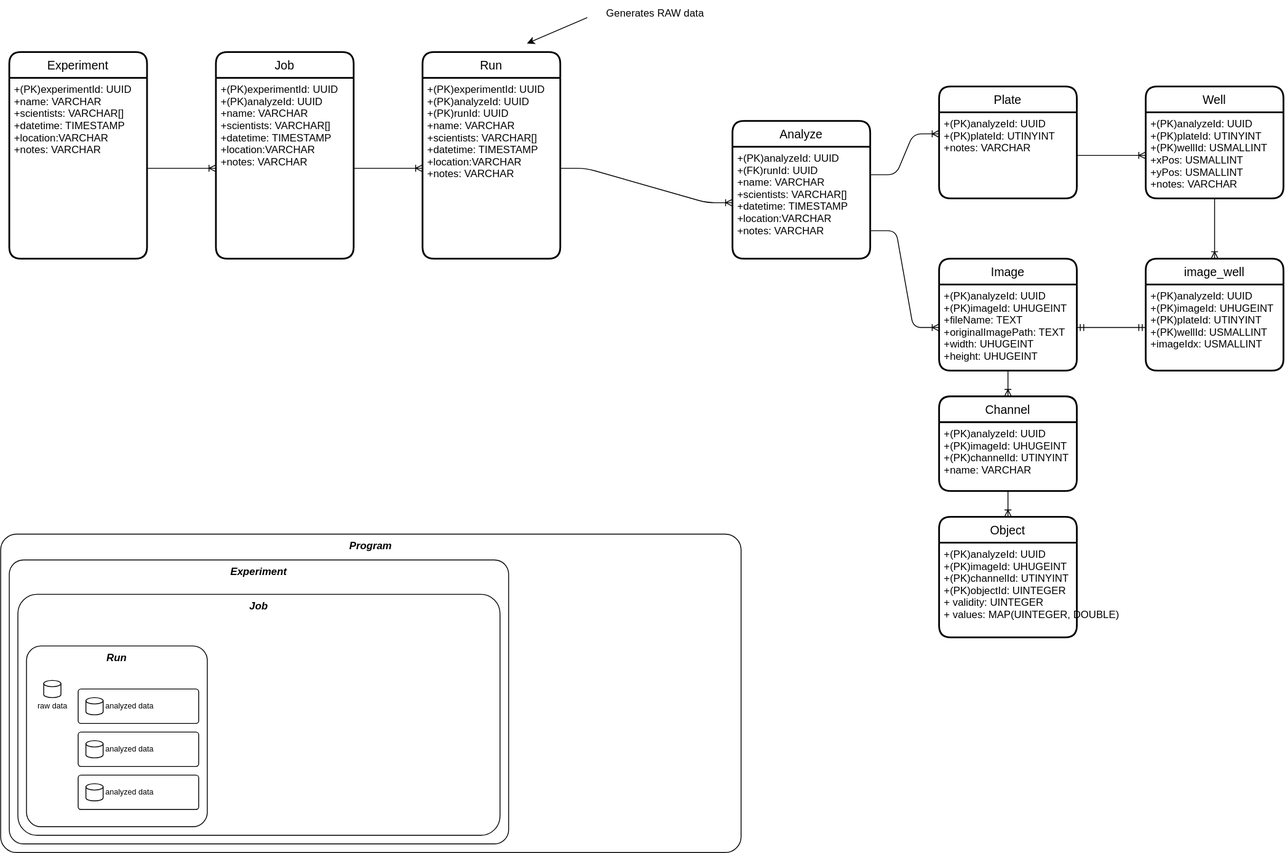
Earlier version of the draw.io export doc/database.drawio.svg (joda01/imagec). Source tidied: cells renumbered, new cells last; positions are measured from the earlier drawing's top-left corner, leaving out a move shared by most shapes.
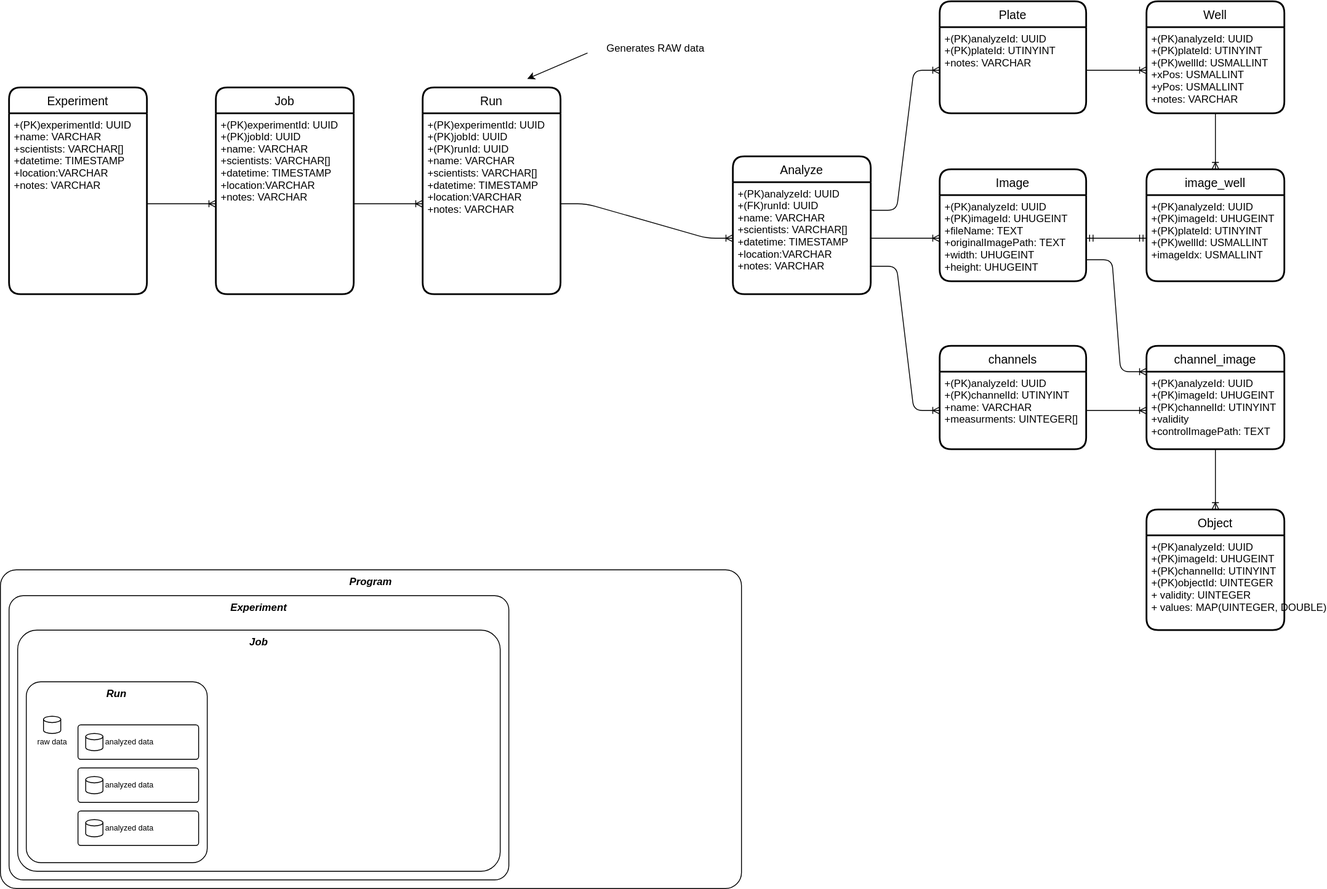
The same diagram one commit later.

Diff of the diagram source:
```diff
@@ -9,41 +9,29 @@
       <mxGeometry y="30" width="160" height="210" as="geometry" />
     </mxCell>
     <mxCell id="4" value="Plate" style="swimlane;horizontal=1;startSize=30;rounded=1;fontSize=14;fontStyle=0;strokeWidth=2;shadow=0;dashed=0;align=center;" parent="1" vertex="1">
-      <mxGeometry x="1090" y="100" width="160" height="130" as="geometry" />
+      <mxGeometry x="1090" y="-40" width="170" height="130" as="geometry" />
     </mxCell>
     <mxCell id="5" value="+(PK)analyzeId: UUID&#10;+(PK)plateId: UTINYINT&#10;+notes: VARCHAR" style="align=left;strokeColor=none;fillColor=none;spacingLeft=4;fontSize=12;verticalAlign=top;" parent="4" vertex="1">
-      <mxGeometry y="30" width="160" height="100" as="geometry" />
+      <mxGeometry y="30" width="170" height="100" as="geometry" />
     </mxCell>
     <mxCell id="6" value="Image" style="swimlane;horizontal=1;startSize=30;rounded=1;fontSize=14;fontStyle=0;strokeWidth=2;shadow=0;dashed=0;align=center;" parent="1" vertex="1">
-      <mxGeometry x="1090" y="300" width="160" height="130" as="geometry" />
+      <mxGeometry x="1090" y="155" width="170" height="130" as="geometry" />
     </mxCell>
     <mxCell id="7" value="+(PK)analyzeId: UUID&#10;+(PK)imageId: UHUGEINT&#10;+fileName: TEXT&#10;+originalImagePath: TEXT&#10;+width: UHUGEINT&#10;+height: UHUGEINT" style="align=left;strokeColor=none;fillColor=none;spacingLeft=4;fontSize=12;verticalAlign=top;" parent="6" vertex="1">
-      <mxGeometry y="30" width="160" height="100" as="geometry" />
+      <mxGeometry y="30" width="170" height="100" as="geometry" />
     </mxCell>
     <mxCell id="8" value="Object" style="swimlane;horizontal=1;startSize=30;rounded=1;fontSize=14;fontStyle=0;strokeWidth=2;shadow=0;dashed=0;align=center;" parent="1" vertex="1">
-      <mxGeometry x="1090" y="600" width="160" height="140" as="geometry" />
+      <mxGeometry x="1330" y="550" width="160" height="140" as="geometry" />
     </mxCell>
     <mxCell id="9" value="+(PK)analyzeId: UUID&#10;+(PK)imageId: UHUGEINT&#10;+(PK)channelId: UTINYINT&#10;+(PK)objectId: UINTEGER&#10;+ validity: UINTEGER&#10;+ values: MAP(UINTEGER, DOUBLE)" style="align=left;strokeColor=none;fillColor=none;spacingLeft=4;fontSize=12;verticalAlign=top;" parent="8" vertex="1">
       <mxGeometry y="30" width="160" height="110" as="geometry" />
     </mxCell>
     <mxCell id="10" value="Well" style="swimlane;horizontal=1;startSize=30;rounded=1;fontSize=14;fontStyle=0;strokeWidth=2;shadow=0;dashed=0;align=center;" parent="1" vertex="1">
-      <mxGeometry x="1330" y="100" width="160" height="130" as="geometry" />
+      <mxGeometry x="1330" y="-40" width="160" height="130" as="geometry" />
     </mxCell>
     <mxCell id="11" value="+(PK)analyzeId: UUID&#10;+(PK)plateId: UTINYINT&#10;+(PK)wellId: USMALLINT&#10;+xPos: USMALLINT&#10;+yPos: USMALLINT&#10;+notes: VARCHAR" style="align=left;strokeColor=none;fillColor=none;spacingLeft=4;fontSize=12;verticalAlign=top;" parent="10" vertex="1">
       <mxGeometry y="30" width="160" height="100" as="geometry" />
     </mxCell>
-    <mxCell id="12" value="Channel" style="swimlane;horizontal=1;startSize=30;rounded=1;fontSize=14;fontStyle=0;strokeWidth=2;shadow=0;dashed=0;align=center;" parent="1" vertex="1">
-      <mxGeometry x="1090" y="460" width="160" height="110" as="geometry" />
-    </mxCell>
-    <mxCell id="13" value="+(PK)analyzeId: UUID&#10;+(PK)imageId: UHUGEINT&#10;+(PK)channelId: UTINYINT&#10;+name: VARCHAR" style="align=left;strokeColor=none;fillColor=none;spacingLeft=4;fontSize=12;verticalAlign=top;" parent="12" vertex="1">
-      <mxGeometry y="30" width="160" height="80" as="geometry" />
-    </mxCell>
-    <mxCell id="14" style="fontSize=12;html=1;endArrow=ERoneToMany;entryX=0.5;entryY=0;entryDx=0;entryDy=0;exitX=0.5;exitY=1;exitDx=0;exitDy=0;" parent="1" edge="1" source="7" target="12">
-      <mxGeometry relative="1" as="geometry" />
-    </mxCell>
-    <mxCell id="15" style="fontSize=12;html=1;endArrow=ERoneToMany;entryX=0.5;entryY=0;entryDx=0;entryDy=0;exitX=0.5;exitY=1;exitDx=0;exitDy=0;" parent="1" edge="1" source="13" target="8">
-      <mxGeometry relative="1" as="geometry" />
-    </mxCell>
     <mxCell id="16" value="Experiment" style="swimlane;horizontal=1;startSize=30;rounded=1;fontSize=14;fontStyle=0;strokeWidth=2;shadow=0;dashed=0;align=center;" parent="1" vertex="1">
       <mxGeometry x="10" y="60" width="160" height="240" as="geometry" />
     </mxCell>
@@ -134,20 +122,20 @@
     <mxCell id="44" value="Program" style="rounded=1;whiteSpace=wrap;html=1;fillColor=none;verticalAlign=top;align=center;fontStyle=3;arcSize=5;" parent="1" vertex="1">
       <mxGeometry y="620" width="860" height="370" as="geometry" />
     </mxCell>
-    <mxCell id="45" style="edgeStyle=entityRelationEdgeStyle;fontSize=12;html=1;endArrow=ERoneToMany;exitX=1;exitY=0.75;exitDx=0;exitDy=0;entryX=0;entryY=0.5;entryDx=0;entryDy=0;" parent="1" edge="1" source="28" target="7">
+    <mxCell id="45" style="edgeStyle=entityRelationEdgeStyle;fontSize=12;html=1;endArrow=ERoneToMany;exitX=1;exitY=0.5;exitDx=0;exitDy=0;entryX=0;entryY=0.5;entryDx=0;entryDy=0;" parent="1" edge="1" source="28" target="7">
       <mxGeometry relative="1" as="geometry" />
     </mxCell>
     <mxCell id="46" style="fontSize=12;html=1;endArrow=ERoneToMany;entryX=0;entryY=0.5;entryDx=0;entryDy=0;exitX=1;exitY=0.5;exitDx=0;exitDy=0;" parent="1" edge="1" source="5" target="11">
       <mxGeometry relative="1" as="geometry" />
     </mxCell>
-    <mxCell id="47" style="edgeStyle=entityRelationEdgeStyle;fontSize=12;html=1;endArrow=ERoneToMany;exitX=1;exitY=0.25;exitDx=0;exitDy=0;entryX=0;entryY=0.25;entryDx=0;entryDy=0;" parent="1" edge="1" source="28" target="5">
+    <mxCell id="47" style="edgeStyle=entityRelationEdgeStyle;fontSize=12;html=1;endArrow=ERoneToMany;exitX=1;exitY=0.25;exitDx=0;exitDy=0;entryX=0;entryY=0.5;entryDx=0;entryDy=0;" parent="1" edge="1" source="28" target="5">
       <mxGeometry relative="1" as="geometry" />
     </mxCell>
     <mxCell id="48" style="fontSize=12;html=1;endArrow=ERoneToMany;exitX=0.5;exitY=1;exitDx=0;exitDy=0;entryX=0.5;entryY=0;entryDx=0;entryDy=0;" parent="1" edge="1" source="11" target="49">
       <mxGeometry relative="1" as="geometry" />
     </mxCell>
     <mxCell id="49" value="image_well" style="swimlane;horizontal=1;startSize=30;rounded=1;fontSize=14;fontStyle=0;strokeWidth=2;shadow=0;dashed=0;align=center;" parent="1" vertex="1">
-      <mxGeometry x="1330" y="300" width="160" height="130" as="geometry" />
+      <mxGeometry x="1330" y="155" width="160" height="130" as="geometry" />
     </mxCell>
     <mxCell id="50" value="+(PK)analyzeId: UUID&#10;+(PK)imageId: UHUGEINT&#10;+(PK)plateId: UTINYINT&#10;+(PK)wellId: USMALLINT&#10;+imageIdx: USMALLINT" style="align=left;strokeColor=none;fillColor=none;spacingLeft=4;fontSize=12;verticalAlign=top;" parent="49" vertex="1">
       <mxGeometry y="30" width="160" height="100" as="geometry" />
@@ -155,5 +143,29 @@
     <mxCell id="51" style="edgeStyle=entityRelationEdgeStyle;fontSize=12;html=1;endArrow=ERmandOne;startArrow=ERmandOne;elbow=vertical;exitX=1;exitY=0.5;exitDx=0;exitDy=0;entryX=0;entryY=0.5;entryDx=0;entryDy=0;" parent="1" edge="1" source="7" target="50">
       <mxGeometry relative="1" as="geometry" />
     </mxCell>
+    <mxCell id="52" value="channel_image" style="swimlane;horizontal=1;startSize=30;rounded=1;fontSize=14;fontStyle=0;strokeWidth=2;shadow=0;dashed=0;align=center;" parent="1" vertex="1">
+      <mxGeometry x="1330" y="360" width="160" height="120" as="geometry" />
+    </mxCell>
+    <mxCell id="53" value="+(PK)analyzeId: UUID&#10;+(PK)imageId: UHUGEINT&#10;+(PK)channelId: UTINYINT&#10;+validity&#10;+controlImagePath: TEXT" style="align=left;strokeColor=none;fillColor=none;spacingLeft=4;fontSize=12;verticalAlign=top;" parent="52" vertex="1">
+      <mxGeometry y="30" width="160" height="90" as="geometry" />
+    </mxCell>
+    <mxCell id="54" style="edgeStyle=entityRelationEdgeStyle;fontSize=12;html=1;endArrow=ERoneToMany;exitX=1;exitY=0.75;exitDx=0;exitDy=0;entryX=0;entryY=0.5;entryDx=0;entryDy=0;" parent="1" edge="1" source="28" target="13">
+      <mxGeometry relative="1" as="geometry" />
+    </mxCell>
+    <mxCell id="12" value="channels" style="swimlane;horizontal=1;startSize=30;rounded=1;fontSize=14;fontStyle=0;strokeWidth=2;shadow=0;dashed=0;align=center;fillColor=default;" parent="1" vertex="1">
+      <mxGeometry x="1090" y="360" width="170" height="120" as="geometry" />
+    </mxCell>
+    <mxCell id="13" value="+(PK)analyzeId: UUID&#10;+(PK)channelId: UTINYINT&#10;+name: VARCHAR&#10;+measurments: UINTEGER[]" style="align=left;strokeColor=none;fillColor=none;spacingLeft=4;fontSize=12;verticalAlign=top;" parent="12" vertex="1">
+      <mxGeometry y="30" width="170" height="90" as="geometry" />
+    </mxCell>
+    <mxCell id="55" style="edgeStyle=entityRelationEdgeStyle;fontSize=12;html=1;endArrow=ERoneToMany;exitX=1;exitY=0.5;exitDx=0;exitDy=0;entryX=0;entryY=0.5;entryDx=0;entryDy=0;" parent="1" edge="1" source="13" target="53">
+      <mxGeometry relative="1" as="geometry" />
+    </mxCell>
+    <mxCell id="56" style="edgeStyle=entityRelationEdgeStyle;fontSize=12;html=1;endArrow=ERoneToMany;exitX=1;exitY=0.75;exitDx=0;exitDy=0;entryX=0;entryY=0;entryDx=0;entryDy=0;" parent="1" edge="1" source="7" target="53">
+      <mxGeometry relative="1" as="geometry" />
+    </mxCell>
+    <mxCell id="57" style="fontSize=12;html=1;endArrow=ERoneToMany;exitX=0.5;exitY=1;exitDx=0;exitDy=0;entryX=0.5;entryY=0;entryDx=0;entryDy=0;" parent="1" edge="1" source="53" target="8">
+      <mxGeometry relative="1" as="geometry" />
+    </mxCell>
   </root>
 </mxGraphModel>
```
